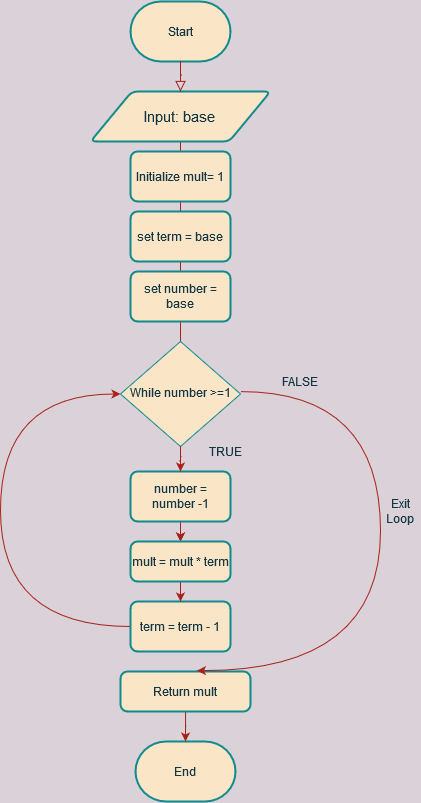
The draw.io diagram Untitled Diagram.png in UUDeCART/decart_advanced_python_2018, before a commit. Source tidied: cells renumbered, new cells last; positions are measured from the earlier drawing's top-left corner, leaving out a move shared by most shapes.
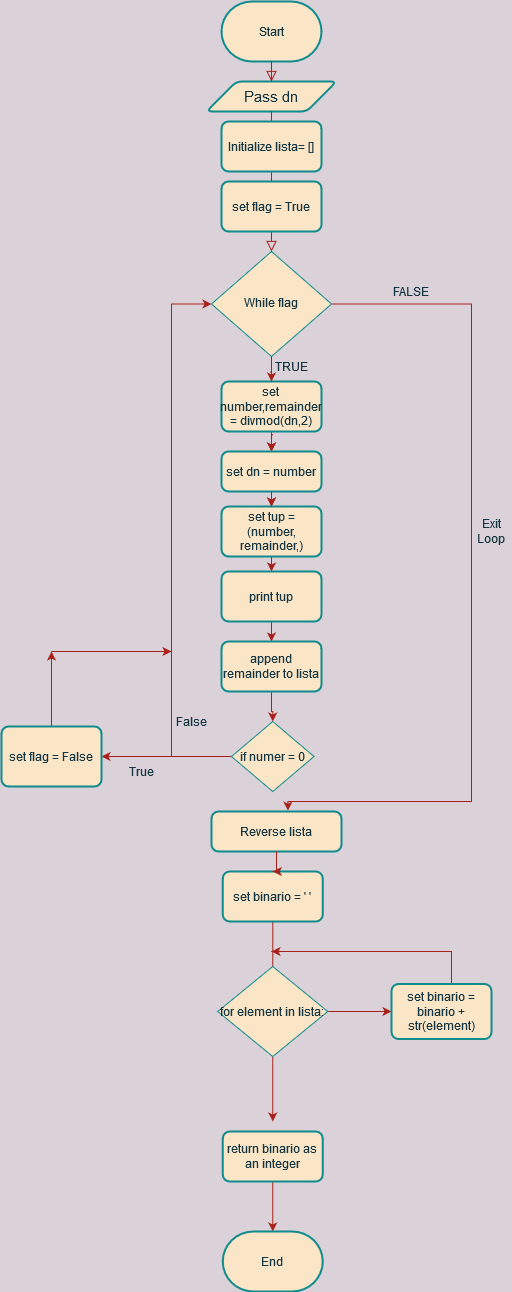
After the change.

The edit, as a diff of the source:
```diff
@@ -2,42 +2,22 @@
   <root>
     <mxCell id="0" />
     <mxCell id="1" parent="0" />
-    <mxCell id="2" style="rounded=0;html=1;jettySize=auto;fontSize=11;endArrow=block;endFill=0;endSize=8;strokeWidth=1;shadow=0;labelBackgroundColor=none;edgeStyle=orthogonalEdgeStyle;strokeColor=#A8201A;fontColor=#143642;entryX=0.5;entryY=0;entryDx=0;entryDy=0;curved=1;" parent="1" edge="1" source="7" target="4">
-      <mxGeometry relative="1" as="geometry">
-        <Array as="points">
-          <mxPoint x="180" y="390" />
-          <mxPoint x="180" y="390" />
-        </Array>
-      </mxGeometry>
-    </mxCell>
-    <mxCell id="3" style="edgeStyle=orthogonalEdgeStyle;curved=1;rounded=1;sketch=0;jettySize=auto;html=1;strokeColor=#A8201A;fillColor=#FAE5C7;fontColor=#143642;" parent="1" edge="1" source="23" target="21">
+    <mxCell id="3" style="edgeStyle=orthogonalEdgeStyle;rounded=1;sketch=0;jettySize=auto;html=1;strokeColor=#A8201A;fillColor=#FAE5C7;fontColor=#143642;labelBackgroundColor=#DAD2D8;" parent="1" edge="1" source="23" target="21">
       <mxGeometry relative="1" as="geometry" />
     </mxCell>
-    <mxCell id="4" value="While number &amp;gt;=1 " style="rhombus;whiteSpace=wrap;html=1;shadow=0;fontFamily=Helvetica;fontSize=12;align=center;strokeWidth=1;spacing=6;spacingTop=-4;fillColor=#FAE5C7;strokeColor=#0F8B8D;fontColor=#143642;" parent="1" vertex="1">
-      <mxGeometry x="120" y="340" width="120" height="105" as="geometry" />
+    <mxCell id="4" value="While flag " style="rhombus;whiteSpace=wrap;html=1;shadow=0;fontFamily=Helvetica;fontSize=12;align=center;strokeWidth=1;spacing=6;spacingTop=-4;fillColor=#FAE5C7;strokeColor=#0F8B8D;fontColor=#143642;" parent="1" vertex="1">
+      <mxGeometry x="120" y="230" width="120" height="105" as="geometry" />
     </mxCell>
     <mxCell id="5" value="Start" style="strokeWidth=2;html=1;shape=mxgraph.flowchart.terminator;whiteSpace=wrap;fillColor=#FAE5C7;strokeColor=#0F8B8D;fontColor=#143642;" parent="1" vertex="1">
-      <mxGeometry x="130" width="100" height="60" as="geometry" />
+      <mxGeometry x="130" y="-20" width="100" height="60" as="geometry" />
     </mxCell>
-    <mxCell id="6" value="End" style="strokeWidth=2;html=1;shape=mxgraph.flowchart.terminator;whiteSpace=wrap;fillColor=#FAE5C7;strokeColor=#0F8B8D;fontColor=#143642;" parent="1" vertex="1">
-      <mxGeometry x="135" y="740" width="100" height="60" as="geometry" />
-    </mxCell>
-    <mxCell id="7" value="&lt;div style=&quot;font-size: 15px&quot; align=&quot;center&quot;&gt;&lt;font style=&quot;font-size: 15px&quot;&gt;Input: base&lt;br&gt;&lt;/font&gt;&lt;/div&gt;" style="shape=parallelogram;html=1;strokeWidth=2;perimeter=parallelogramPerimeter;whiteSpace=wrap;rounded=1;arcSize=12;size=0.23;align=center;fillColor=#FAE5C7;strokeColor=#0F8B8D;fontColor=#143642;" parent="1" vertex="1">
-      <mxGeometry x="90" y="90" width="180" height="50" as="geometry" />
+    <mxCell id="7" value="&lt;div style=&quot;font-size: 15px&quot; align=&quot;center&quot;&gt;&lt;font style=&quot;font-size: 15px&quot;&gt;Pass dn&lt;br&gt;&lt;/font&gt;&lt;/div&gt;" style="shape=parallelogram;html=1;strokeWidth=2;perimeter=parallelogramPerimeter;whiteSpace=wrap;rounded=1;arcSize=12;size=0.23;align=center;fillColor=#FAE5C7;strokeColor=#0F8B8D;fontColor=#143642;" parent="1" vertex="1">
+      <mxGeometry x="115" y="60" width="130" height="30" as="geometry" />
     </mxCell>
-    <mxCell id="8" style="rounded=0;html=1;jettySize=auto;fontSize=11;endArrow=block;endFill=0;endSize=8;strokeWidth=1;shadow=0;labelBackgroundColor=none;edgeStyle=orthogonalEdgeStyle;strokeColor=#A8201A;fontColor=#143642;curved=1;" parent="1" edge="1" source="5" target="7">
+    <mxCell id="8" style="rounded=0;html=1;jettySize=auto;fontSize=11;endArrow=block;endFill=0;endSize=8;strokeWidth=1;shadow=0;labelBackgroundColor=none;edgeStyle=orthogonalEdgeStyle;strokeColor=#A8201A;fontColor=#143642;" parent="1" edge="1" source="5" target="7">
       <mxGeometry relative="1" as="geometry" />
     </mxCell>
-    <mxCell id="9" value="Initialize mult= 1" style="rounded=1;whiteSpace=wrap;html=1;absoluteArcSize=1;arcSize=14;strokeWidth=2;fillColor=#FAE5C7;strokeColor=#0F8B8D;fontColor=#143642;" parent="1" vertex="1">
-      <mxGeometry x="130" y="150" width="100" height="50" as="geometry" />
-    </mxCell>
-    <mxCell id="10" value="set term = base" style="rounded=1;whiteSpace=wrap;html=1;absoluteArcSize=1;arcSize=14;strokeWidth=2;fillColor=#FAE5C7;strokeColor=#0F8B8D;fontColor=#143642;" parent="1" vertex="1">
-      <mxGeometry x="130" y="210" width="100" height="50" as="geometry" />
-    </mxCell>
-    <mxCell id="11" value="set number = base" style="rounded=1;whiteSpace=wrap;html=1;absoluteArcSize=1;arcSize=14;strokeWidth=2;fillColor=#FAE5C7;strokeColor=#0F8B8D;fontColor=#143642;" parent="1" vertex="1">
-      <mxGeometry x="130" y="270" width="100" height="50" as="geometry" />
-    </mxCell>
-    <mxCell id="12" style="edgeStyle=orthogonalEdgeStyle;rounded=0;jettySize=auto;html=1;exitX=0.5;exitY=1;exitDx=0;exitDy=0;entryX=0.5;entryY=0;entryDx=0;entryDy=0;strokeColor=#A8201A;fontColor=#143642;labelBackgroundColor=#DAD2D8;curved=1;" parent="1" edge="1" source="23" target="21">
+    <mxCell id="12" style="edgeStyle=orthogonalEdgeStyle;rounded=0;jettySize=auto;html=1;exitX=0.5;exitY=1;exitDx=0;exitDy=0;entryX=0.5;entryY=0;entryDx=0;entryDy=0;strokeColor=#A8201A;fontColor=#143642;labelBackgroundColor=#DAD2D8;" parent="1" edge="1" source="23" target="21">
       <mxGeometry relative="1" as="geometry">
         <Array as="points">
           <mxPoint x="180" y="570" />
@@ -45,55 +25,156 @@
         </Array>
       </mxGeometry>
     </mxCell>
-    <mxCell id="13" style="edgeStyle=orthogonalEdgeStyle;curved=1;rounded=1;sketch=0;jettySize=auto;html=1;entryX=0.5;entryY=0;entryDx=0;entryDy=0;strokeColor=#A8201A;fillColor=#FAE5C7;fontColor=#143642;" parent="1" edge="1" source="23" target="21">
+    <mxCell id="13" style="edgeStyle=orthogonalEdgeStyle;rounded=1;sketch=0;jettySize=auto;html=1;entryX=0.5;entryY=0;entryDx=0;entryDy=0;strokeColor=#A8201A;fillColor=#FAE5C7;fontColor=#143642;labelBackgroundColor=#DAD2D8;" parent="1" edge="1" source="23" target="21">
       <mxGeometry relative="1" as="geometry" />
     </mxCell>
     <mxCell id="14" value="FALSE" style="text;html=1;strokeColor=none;fillColor=none;align=center;verticalAlign=middle;whiteSpace=wrap;rounded=0;fontColor=#143642;" parent="1" vertex="1">
-      <mxGeometry x="280" y="370" width="40" height="20" as="geometry" />
+      <mxGeometry x="300" y="260" width="40" height="20" as="geometry" />
     </mxCell>
     <mxCell id="15" value="Exit Loop" style="text;html=1;strokeColor=none;fillColor=none;align=center;verticalAlign=middle;whiteSpace=wrap;rounded=0;fontColor=#143642;" parent="1" vertex="1">
       <mxGeometry x="380" y="500" width="40" height="20" as="geometry" />
     </mxCell>
-    <mxCell id="16" style="edgeStyle=orthogonalEdgeStyle;rounded=0;jettySize=auto;html=1;exitX=0;exitY=0.5;exitDx=0;exitDy=0;entryX=0;entryY=0.5;entryDx=0;entryDy=0;strokeColor=#A8201A;fontColor=#143642;labelBackgroundColor=#DAD2D8;curved=1;" parent="1" edge="1" source="17" target="4">
-      <mxGeometry relative="1" as="geometry">
-        <Array as="points">
-          <mxPoint y="625" />
-          <mxPoint y="393" />
-        </Array>
-      </mxGeometry>
-    </mxCell>
+    <mxCell id="26" style="edgeStyle=orthogonalEdgeStyle;rounded=0;jettySize=auto;html=1;labelBackgroundColor=#DAD2D8;strokeColor=#A8201A;fontColor=#143642;" parent="1" edge="1" source="17" target="29">
+      <mxGeometry relative="1" as="geometry" />
+    </mxCell>
-    <mxCell id="17" value="term = term - 1" style="rounded=1;whiteSpace=wrap;html=1;absoluteArcSize=1;arcSize=14;strokeWidth=2;fillColor=#FAE5C7;strokeColor=#0F8B8D;fontColor=#143642;" parent="1" vertex="1">
-      <mxGeometry x="130" y="600" width="100" height="50" as="geometry" />
+    <mxCell id="17" value="set tup = (number, remainder,) " style="rounded=1;whiteSpace=wrap;html=1;absoluteArcSize=1;arcSize=14;strokeWidth=2;fillColor=#FAE5C7;strokeColor=#0F8B8D;fontColor=#143642;" parent="1" vertex="1">
+      <mxGeometry x="130" y="485" width="100" height="50" as="geometry" />
     </mxCell>
-    <mxCell id="18" style="edgeStyle=orthogonalEdgeStyle;rounded=0;jettySize=auto;html=1;entryX=0.5;entryY=0;entryDx=0;entryDy=0;entryPerimeter=0;strokeColor=#A8201A;fontColor=#143642;labelBackgroundColor=#DAD2D8;curved=1;" parent="1" edge="1" source="19" target="6">
-      <mxGeometry relative="1" as="geometry" />
+    <mxCell id="18" style="edgeStyle=orthogonalEdgeStyle;rounded=0;jettySize=auto;html=1;strokeColor=#A8201A;fontColor=#143642;labelBackgroundColor=#DAD2D8;" parent="1" edge="1" source="42">
+      <mxGeometry relative="1" as="geometry">
+        <mxPoint x="185" y="1020" as="targetPoint" />
+        <Array as="points">
+          <mxPoint x="181" y="955" />
+          <mxPoint x="185" y="955" />
+        </Array>
+      </mxGeometry>
     </mxCell>
-    <mxCell id="19" value="Return mult" style="rounded=1;whiteSpace=wrap;html=1;absoluteArcSize=1;arcSize=14;strokeWidth=2;fillColor=#FAE5C7;strokeColor=#0F8B8D;fontColor=#143642;" parent="1" vertex="1">
-      <mxGeometry x="120" y="670" width="130" height="40" as="geometry" />
+    <mxCell id="19" value="Reverse lista" style="rounded=1;whiteSpace=wrap;html=1;absoluteArcSize=1;arcSize=14;strokeWidth=2;fillColor=#FAE5C7;strokeColor=#0F8B8D;fontColor=#143642;" parent="1" vertex="1">
+      <mxGeometry x="120" y="790" width="130" height="40" as="geometry" />
     </mxCell>
-    <mxCell id="20" style="edgeStyle=orthogonalEdgeStyle;curved=1;rounded=1;sketch=0;jettySize=auto;html=1;entryX=0.5;entryY=0;entryDx=0;entryDy=0;strokeColor=#A8201A;fillColor=#FAE5C7;fontColor=#143642;" parent="1" edge="1" source="21" target="17">
+    <mxCell id="20" style="edgeStyle=orthogonalEdgeStyle;rounded=1;sketch=0;jettySize=auto;html=1;entryX=0.5;entryY=0;entryDx=0;entryDy=0;strokeColor=#A8201A;fillColor=#FAE5C7;fontColor=#143642;labelBackgroundColor=#DAD2D8;" parent="1" edge="1" source="21" target="17">
       <mxGeometry relative="1" as="geometry" />
     </mxCell>
-    <mxCell id="21" value="mult = mult * term" style="rounded=1;whiteSpace=wrap;html=1;absoluteArcSize=1;arcSize=14;strokeWidth=2;fillColor=#FAE5C7;strokeColor=#0F8B8D;fontColor=#143642;" parent="1" vertex="1">
-      <mxGeometry x="130" y="540" width="100" height="40" as="geometry" />
+    <mxCell id="21" value="set dn = number " style="rounded=1;whiteSpace=wrap;html=1;absoluteArcSize=1;arcSize=14;strokeWidth=2;fillColor=#FAE5C7;strokeColor=#0F8B8D;fontColor=#143642;" parent="1" vertex="1">
+      <mxGeometry x="130" y="430" width="100" height="40" as="geometry" />
     </mxCell>
-    <mxCell id="22" style="edgeStyle=orthogonalEdgeStyle;rounded=0;jettySize=auto;html=1;exitX=0;exitY=0.5;exitDx=0;exitDy=0;entryX=0.588;entryY=-0.022;entryDx=0;entryDy=0;strokeColor=#A8201A;fontColor=#143642;labelBackgroundColor=#DAD2D8;curved=1;entryPerimeter=0;" parent="1" edge="1" target="19">
+    <mxCell id="22" style="edgeStyle=orthogonalEdgeStyle;rounded=0;jettySize=auto;html=1;exitX=1;exitY=0.5;exitDx=0;exitDy=0;entryX=0.588;entryY=-0.022;entryDx=0;entryDy=0;strokeColor=#A8201A;fontColor=#143642;entryPerimeter=0;labelBackgroundColor=#DAD2D8;" parent="1" edge="1" source="4" target="19">
       <mxGeometry relative="1" as="geometry">
-        <mxPoint x="240" y="390.1" as="sourcePoint" />
         <Array as="points">
-          <mxPoint x="380" y="390" />
-          <mxPoint x="380" y="669" />
+          <mxPoint x="380" y="283" />
+          <mxPoint x="380" y="780" />
+          <mxPoint x="196" y="780" />
         </Array>
       </mxGeometry>
     </mxCell>
-    <mxCell id="23" value="&lt;div&gt;number = number -1&lt;/div&gt;" style="rounded=1;whiteSpace=wrap;html=1;absoluteArcSize=1;arcSize=14;strokeWidth=2;fillColor=#FAE5C7;strokeColor=#0F8B8D;fontColor=#143642;" parent="1" vertex="1">
-      <mxGeometry x="130" y="470" width="100" height="50" as="geometry" />
+    <mxCell id="23" value="set &lt;br&gt;&lt;div&gt;number,remainder = divmod(dn,2)&lt;br&gt;&lt;/div&gt;" style="rounded=1;whiteSpace=wrap;html=1;absoluteArcSize=1;arcSize=14;strokeWidth=2;fillColor=#FAE5C7;strokeColor=#0F8B8D;fontColor=#143642;" parent="1" vertex="1">
+      <mxGeometry x="130" y="360" width="100" height="50" as="geometry" />
     </mxCell>
-    <mxCell id="24" style="edgeStyle=orthogonalEdgeStyle;curved=1;rounded=1;sketch=0;jettySize=auto;html=1;strokeColor=#A8201A;fillColor=#FAE5C7;fontColor=#143642;" parent="1" edge="1" source="4" target="23">
+    <mxCell id="24" style="edgeStyle=orthogonalEdgeStyle;rounded=1;sketch=0;jettySize=auto;html=1;strokeColor=#A8201A;fillColor=#FAE5C7;fontColor=#143642;labelBackgroundColor=#DAD2D8;" parent="1" edge="1" source="4" target="23">
       <mxGeometry relative="1" as="geometry" />
     </mxCell>
     <mxCell id="25" value="TRUE" style="text;html=1;strokeColor=none;fillColor=none;align=center;verticalAlign=middle;whiteSpace=wrap;rounded=0;fontColor=#143642;" parent="1" vertex="1">
-      <mxGeometry x="190" y="440" width="70" height="20" as="geometry" />
+      <mxGeometry x="165" y="335" width="70" height="20" as="geometry" />
     </mxCell>
+    <mxCell id="27" style="rounded=0;html=1;jettySize=auto;fontSize=11;endArrow=block;endFill=0;endSize=8;strokeWidth=1;shadow=0;labelBackgroundColor=none;edgeStyle=orthogonalEdgeStyle;strokeColor=#A8201A;fontColor=#143642;" parent="1" edge="1" source="7">
+      <mxGeometry relative="1" as="geometry">
+        <mxPoint x="180" y="230" as="targetPoint" />
+      </mxGeometry>
+    </mxCell>
+    <mxCell id="9" value="Initialize lista= []" style="rounded=1;whiteSpace=wrap;html=1;absoluteArcSize=1;arcSize=14;strokeWidth=2;fillColor=#FAE5C7;strokeColor=#0F8B8D;fontColor=#143642;" parent="1" vertex="1">
+      <mxGeometry x="130" y="100" width="100" height="50" as="geometry" />
+    </mxCell>
+    <mxCell id="28" style="edgeStyle=orthogonalEdgeStyle;rounded=0;jettySize=auto;html=1;entryX=0.5;entryY=0;entryDx=0;entryDy=0;labelBackgroundColor=#DAD2D8;strokeColor=#A8201A;fontColor=#143642;" parent="1" edge="1" source="29" target="32">
+      <mxGeometry relative="1" as="geometry" />
+    </mxCell>
+    <mxCell id="29" value="print tup" style="rounded=1;whiteSpace=wrap;html=1;absoluteArcSize=1;arcSize=14;strokeWidth=2;fillColor=#FAE5C7;strokeColor=#0F8B8D;fontColor=#143642;" parent="1" vertex="1">
+      <mxGeometry x="130" y="550" width="100" height="50" as="geometry" />
+    </mxCell>
+    <mxCell id="30" style="edgeStyle=orthogonalEdgeStyle;rounded=1;sketch=0;orthogonalLoop=1;jettySize=auto;html=1;entryX=0.5;entryY=0;entryDx=0;entryDy=0;strokeColor=#A8201A;fillColor=#FAE5C7;fontColor=#143642;labelBackgroundColor=#DAD2D8;" parent="1" edge="1">
+      <mxGeometry relative="1" as="geometry">
+        <mxPoint x="180" y="470" as="sourcePoint" />
+        <mxPoint x="180" y="485" as="targetPoint" />
+      </mxGeometry>
+    </mxCell>
+    <mxCell id="31" style="edgeStyle=orthogonalEdgeStyle;rounded=0;jettySize=auto;html=1;entryX=0.5;entryY=0;entryDx=0;entryDy=0;labelBackgroundColor=#DAD2D8;strokeColor=#A8201A;fontColor=#143642;" parent="1" edge="1" source="32" target="34">
+      <mxGeometry relative="1" as="geometry" />
+    </mxCell>
+    <mxCell id="32" value="append remainder to lista " style="rounded=1;whiteSpace=wrap;html=1;absoluteArcSize=1;arcSize=14;strokeWidth=2;fillColor=#FAE5C7;strokeColor=#0F8B8D;fontColor=#143642;" parent="1" vertex="1">
+      <mxGeometry x="130" y="620" width="100" height="50" as="geometry" />
+    </mxCell>
+    <mxCell id="33" style="edgeStyle=orthogonalEdgeStyle;rounded=0;jettySize=auto;html=1;entryX=1;entryY=0.5;entryDx=0;entryDy=0;labelBackgroundColor=#DAD2D8;strokeColor=#A8201A;fontColor=#143642;" parent="1" edge="1" source="34" target="38">
+      <mxGeometry relative="1" as="geometry" />
+    </mxCell>
+    <mxCell id="34" value="if numer = 0 " style="rhombus;whiteSpace=wrap;html=1;fillColor=#FAE5C7;strokeColor=#0F8B8D;fontColor=#143642;" parent="1" vertex="1">
+      <mxGeometry x="140" y="700" width="82.5" height="70" as="geometry" />
+    </mxCell>
+    <mxCell id="35" value="set flag = True" style="rounded=1;whiteSpace=wrap;html=1;absoluteArcSize=1;arcSize=14;strokeWidth=2;fillColor=#FAE5C7;strokeColor=#0F8B8D;fontColor=#143642;" parent="1" vertex="1">
+      <mxGeometry x="130" y="160" width="100" height="50" as="geometry" />
+    </mxCell>
+    <mxCell id="36" style="edgeStyle=orthogonalEdgeStyle;rounded=0;jettySize=auto;html=1;entryX=0;entryY=0.5;entryDx=0;entryDy=0;labelBackgroundColor=#DAD2D8;strokeColor=#A8201A;fontColor=#143642;" parent="1" edge="1" source="38" target="4">
+      <mxGeometry relative="1" as="geometry">
+        <Array as="points">
+          <mxPoint x="80" y="735" />
+          <mxPoint x="80" y="283" />
+        </Array>
+      </mxGeometry>
+    </mxCell>
+    <mxCell id="37" style="edgeStyle=orthogonalEdgeStyle;rounded=0;jettySize=auto;html=1;labelBackgroundColor=#DAD2D8;strokeColor=#A8201A;fontColor=#143642;" parent="1" edge="1" source="38">
+      <mxGeometry relative="1" as="geometry">
+        <mxPoint x="-40" y="630" as="targetPoint" />
+      </mxGeometry>
+    </mxCell>
+    <mxCell id="38" value="set flag = False" style="rounded=1;whiteSpace=wrap;html=1;absoluteArcSize=1;arcSize=14;strokeWidth=2;fillColor=#FAE5C7;strokeColor=#0F8B8D;fontColor=#143642;" parent="1" vertex="1">
+      <mxGeometry x="-90" y="705" width="100" height="60" as="geometry" />
+    </mxCell>
+    <mxCell id="39" value="True" style="text;html=1;strokeColor=none;fillColor=none;align=center;verticalAlign=middle;whiteSpace=wrap;rounded=0;fontColor=#143642;" parent="1" vertex="1">
+      <mxGeometry x="30" y="740" width="40" height="20" as="geometry" />
+    </mxCell>
+    <mxCell id="40" value="False" style="text;html=1;strokeColor=none;fillColor=none;align=center;verticalAlign=middle;whiteSpace=wrap;rounded=0;fontColor=#143642;" parent="1" vertex="1">
+      <mxGeometry x="80" y="690" width="40" height="20" as="geometry" />
+    </mxCell>
+    <mxCell id="41" style="endArrow=classic;html=1;labelBackgroundColor=#DAD2D8;strokeColor=#A8201A;fontColor=#143642;" parent="1" edge="1">
+      <mxGeometry relative="1" as="geometry">
+        <mxPoint x="-40" y="630" as="sourcePoint" />
+        <mxPoint x="80" y="630" as="targetPoint" />
+      </mxGeometry>
+    </mxCell>
+    <mxCell id="42" value="set binario = ' '" style="rounded=1;whiteSpace=wrap;html=1;absoluteArcSize=1;arcSize=14;strokeWidth=2;fillColor=#FAE5C7;strokeColor=#0F8B8D;fontColor=#143642;" parent="1" vertex="1">
+      <mxGeometry x="131.2" y="850" width="100" height="50" as="geometry" />
+    </mxCell>
+    <mxCell id="43" style="edgeStyle=orthogonalEdgeStyle;rounded=0;jettySize=auto;html=1;entryX=0.5;entryY=0;entryDx=0;entryDy=0;entryPerimeter=0;strokeColor=#A8201A;fontColor=#143642;labelBackgroundColor=#DAD2D8;" parent="1" edge="1" source="19" target="42">
+      <mxGeometry relative="1" as="geometry" />
+    </mxCell>
+    <mxCell id="44" style="edgeStyle=orthogonalEdgeStyle;rounded=0;jettySize=auto;html=1;labelBackgroundColor=#DAD2D8;strokeColor=#A8201A;fontColor=#143642;" parent="1" edge="1" source="46" target="48">
+      <mxGeometry relative="1" as="geometry" />
+    </mxCell>
+    <mxCell id="45" style="edgeStyle=orthogonalEdgeStyle;rounded=0;jettySize=auto;html=1;entryX=0.5;entryY=0;entryDx=0;entryDy=0;entryPerimeter=0;labelBackgroundColor=#DAD2D8;strokeColor=#A8201A;fontColor=#143642;" parent="1" edge="1" source="46">
+      <mxGeometry relative="1" as="geometry">
+        <mxPoint x="181.2" y="1100" as="targetPoint" />
+      </mxGeometry>
+    </mxCell>
+    <mxCell id="46" value="for element in lista:" style="rhombus;whiteSpace=wrap;html=1;fillColor=#FAE5C7;strokeColor=#0F8B8D;fontColor=#143642;" parent="1" vertex="1">
+      <mxGeometry x="126.2" y="945" width="110" height="90" as="geometry" />
+    </mxCell>
+    <mxCell id="47" style="edgeStyle=orthogonalEdgeStyle;rounded=0;jettySize=auto;html=1;labelBackgroundColor=#DAD2D8;strokeColor=#A8201A;fontColor=#143642;" parent="1" edge="1" source="48">
+      <mxGeometry relative="1" as="geometry">
+        <mxPoint x="180" y="930" as="targetPoint" />
+        <Array as="points">
+          <mxPoint x="360" y="930" />
+        </Array>
+      </mxGeometry>
+    </mxCell>
+    <mxCell id="48" value="set binario = binario + str(element)" style="rounded=1;whiteSpace=wrap;html=1;absoluteArcSize=1;arcSize=14;strokeWidth=2;fillColor=#FAE5C7;strokeColor=#0F8B8D;fontColor=#143642;" parent="1" vertex="1">
+      <mxGeometry x="300" y="962.5" width="100" height="55" as="geometry" />
+    </mxCell>
+    <mxCell id="49" style="edgeStyle=orthogonalEdgeStyle;rounded=0;jettySize=auto;html=1;labelBackgroundColor=#DAD2D8;strokeColor=#A8201A;fontColor=#143642;" parent="1" edge="1" source="50" target="6">
+      <mxGeometry relative="1" as="geometry" />
+    </mxCell>
+    <mxCell id="50" value="return binario as an integer" style="rounded=1;whiteSpace=wrap;html=1;absoluteArcSize=1;arcSize=14;strokeWidth=2;fillColor=#FAE5C7;strokeColor=#0F8B8D;fontColor=#143642;" parent="1" vertex="1">
+      <mxGeometry x="131.2" y="1110" width="100" height="50" as="geometry" />
+    </mxCell>
+    <mxCell id="6" value="End" style="strokeWidth=2;html=1;shape=mxgraph.flowchart.terminator;whiteSpace=wrap;fillColor=#FAE5C7;strokeColor=#0F8B8D;fontColor=#143642;" parent="1" vertex="1">
+      <mxGeometry x="131.2" y="1210" width="100" height="60" as="geometry" />
+    </mxCell>
   </root>
 </mxGraphModel>
```
